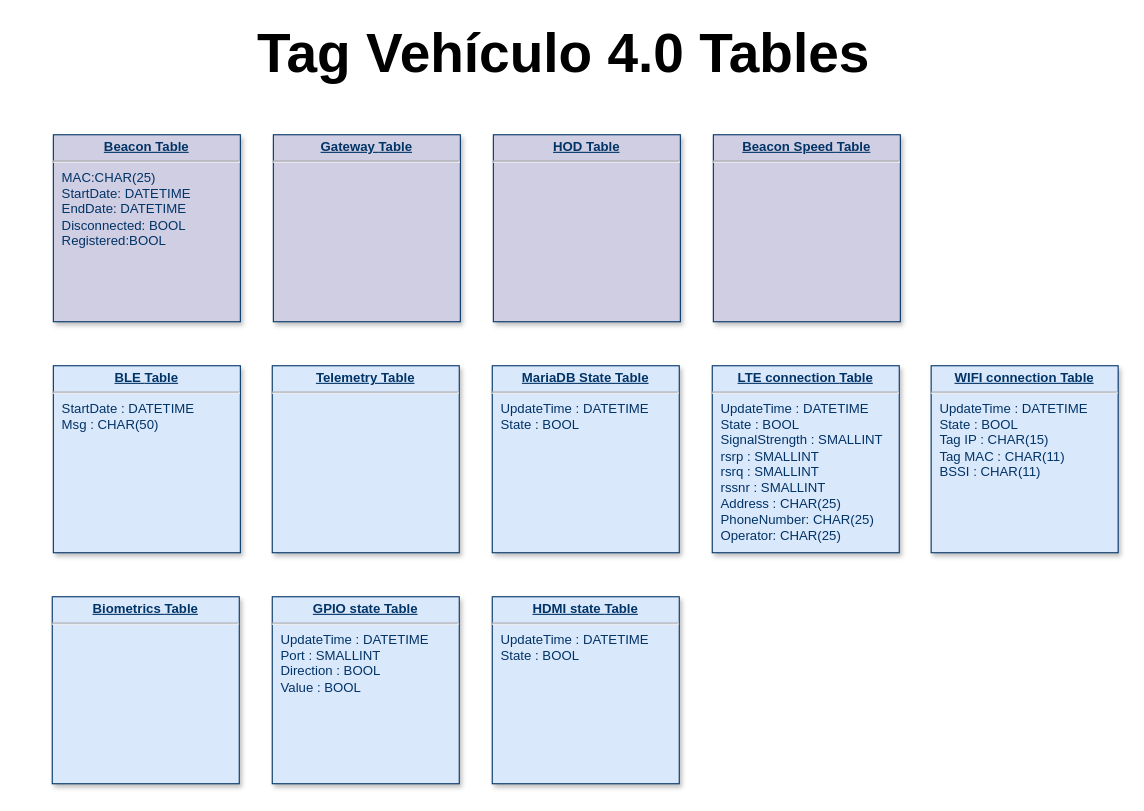
Above: Bases de datos de Tag Vehiculo 4_0.drawio in CesarRodriguez14/Tag_Vehiculo_4_0_Diagramas (draw.io), before the change. Source tidied: cells renumbered, new cells numbered last; positions are measured from the earlier drawing's top-left corner, leaving out a move shared by most shapes. Both pictures are drawn from the tidied source at 110%, with x=0, y=0 at pixel (19, 24).
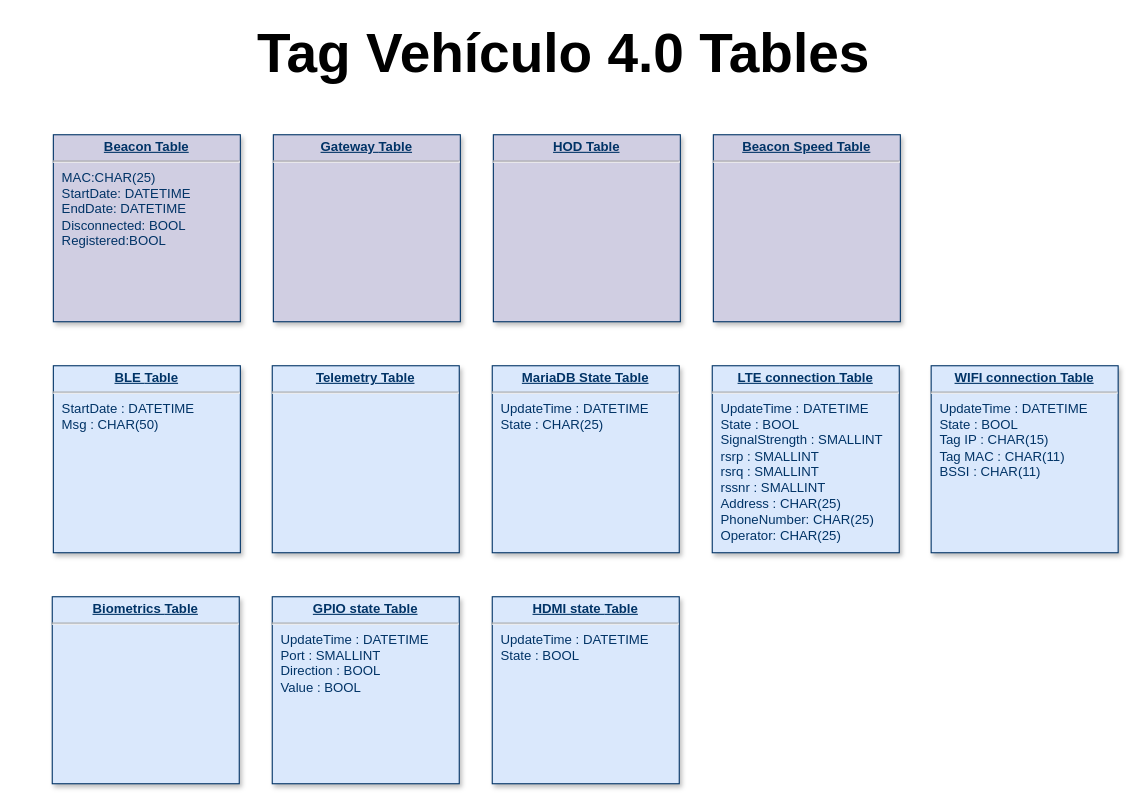
The same page after the edit.

Commit message:
Actualizar MariaDB_State_Table

Diff of the diagram source:
```diff
@@
 <mxGraphModel>
   <root>
     <mxCell id="0" />
     <mxCell id="1" parent="0" />
     <mxCell id="2" value="&lt;p style=&quot;margin: 0px; margin-top: 4px; text-align: center; text-decoration: underline;&quot;&gt;&lt;b&gt;BLE&amp;nbsp;&lt;/b&gt;&lt;b style=&quot;background-color: initial;&quot;&gt;Table&lt;/b&gt;&lt;/p&gt;&lt;hr&gt;&lt;p style=&quot;margin: 0px; margin-left: 8px;&quot;&gt;StartDate : DATETIME&lt;/p&gt;&lt;p style=&quot;margin: 0px; margin-left: 8px;&quot;&gt;Msg : CHAR(50)&lt;/p&gt;" style="verticalAlign=top;align=left;overflow=fill;fontSize=12;fontFamily=Helvetica;html=1;strokeColor=#003366;shadow=1;fillColor=#DAE8FC;fontColor=#003366;" parent="1" vertex="1">
       <mxGeometry x="31" y="310" width="170" height="170" as="geometry" />
     </mxCell>
     <mxCell id="3" value="&lt;p style=&quot;margin: 0px; margin-top: 4px; text-align: center; text-decoration: underline;&quot;&gt;&lt;b&gt;Beacon Table&lt;/b&gt;&lt;/p&gt;&lt;hr&gt;&lt;p style=&quot;margin: 0px; margin-left: 8px;&quot;&gt;MAC:CHAR(25)&lt;/p&gt;&lt;p style=&quot;margin: 0px; margin-left: 8px;&quot;&gt;StartDate: DATETIME&lt;/p&gt;&lt;p style=&quot;margin: 0px; margin-left: 8px;&quot;&gt;EndDate: DATETIME&lt;/p&gt;&lt;p style=&quot;margin: 0px; margin-left: 8px;&quot;&gt;Disconnected: BOOL&lt;/p&gt;&lt;p style=&quot;margin: 0px; margin-left: 8px;&quot;&gt;Registered:BOOL&lt;/p&gt;" style="verticalAlign=top;align=left;overflow=fill;fontSize=12;fontFamily=Helvetica;html=1;strokeColor=#003366;shadow=1;fillColor=#D0CEE2;fontColor=#003366;" parent="1" vertex="1">
       <mxGeometry x="31" y="100" width="170" height="170" as="geometry" />
     </mxCell>
     <mxCell id="4" value="&lt;p style=&quot;margin: 0px; margin-top: 4px; text-align: center; text-decoration: underline;&quot;&gt;&lt;b&gt;Gateway&amp;nbsp;&lt;/b&gt;&lt;b style=&quot;background-color: initial;&quot;&gt;Table&lt;/b&gt;&lt;/p&gt;&lt;hr&gt;&lt;p style=&quot;margin: 0px; margin-left: 8px;&quot;&gt;&lt;br&gt;&lt;/p&gt;" style="verticalAlign=top;align=left;overflow=fill;fontSize=12;fontFamily=Helvetica;html=1;strokeColor=#003366;shadow=1;fillColor=#D0CEE2;fontColor=#003366;" parent="1" vertex="1">
       <mxGeometry x="231" y="100" width="170" height="170" as="geometry" />
     </mxCell>
     <mxCell id="5" value="&lt;p style=&quot;margin: 0px; margin-top: 4px; text-align: center; text-decoration: underline;&quot;&gt;&lt;b&gt;HOD&amp;nbsp;&lt;/b&gt;&lt;b style=&quot;background-color: initial;&quot;&gt;Table&lt;/b&gt;&lt;/p&gt;&lt;hr&gt;&lt;p style=&quot;margin: 0px; margin-left: 8px;&quot;&gt;&lt;br&gt;&lt;/p&gt;" style="verticalAlign=top;align=left;overflow=fill;fontSize=12;fontFamily=Helvetica;html=1;strokeColor=#003366;shadow=1;fillColor=#D0CEE2;fontColor=#003366;" parent="1" vertex="1">
       <mxGeometry x="431" y="100" width="170" height="170" as="geometry" />
     </mxCell>
     <mxCell id="6" value="&lt;p style=&quot;margin: 0px; margin-top: 4px; text-align: center; text-decoration: underline;&quot;&gt;&lt;b&gt;Beacon Speed&amp;nbsp;&lt;/b&gt;&lt;b style=&quot;background-color: initial;&quot;&gt;Table&lt;/b&gt;&lt;/p&gt;&lt;hr&gt;&lt;p style=&quot;margin: 0px; margin-left: 8px;&quot;&gt;&lt;br&gt;&lt;/p&gt;" style="verticalAlign=top;align=left;overflow=fill;fontSize=12;fontFamily=Helvetica;html=1;strokeColor=#003366;shadow=1;fillColor=#D0CEE2;fontColor=#003366;" parent="1" vertex="1">
       <mxGeometry x="631" y="100" width="170" height="170" as="geometry" />
     </mxCell>
     <mxCell id="7" value="&lt;p style=&quot;margin: 0px; margin-top: 4px; text-align: center; text-decoration: underline;&quot;&gt;&lt;b&gt;GPIO state&amp;nbsp;&lt;/b&gt;&lt;b style=&quot;background-color: initial;&quot;&gt;Table&lt;/b&gt;&lt;/p&gt;&lt;hr&gt;&lt;p style=&quot;margin: 0px; margin-left: 8px;&quot;&gt;UpdateTime : DATETIME&lt;br&gt;&lt;/p&gt;&lt;p style=&quot;margin: 0px; margin-left: 8px;&quot;&gt;Port : SMALLINT&lt;/p&gt;&lt;p style=&quot;margin: 0px; margin-left: 8px;&quot;&gt;Direction : BOOL&lt;/p&gt;&lt;p style=&quot;margin: 0px; margin-left: 8px;&quot;&gt;Value : BOOL&lt;/p&gt;" style="verticalAlign=top;align=left;overflow=fill;fontSize=12;fontFamily=Helvetica;html=1;strokeColor=#003366;shadow=1;fillColor=#DAE8FC;fontColor=#003366;" parent="1" vertex="1">
       <mxGeometry x="230" y="520" width="170" height="170" as="geometry" />
     </mxCell>
     <mxCell id="8" value="&lt;p style=&quot;margin: 0px; margin-top: 4px; text-align: center; text-decoration: underline;&quot;&gt;&lt;b&gt;HDMI state&amp;nbsp;&lt;/b&gt;&lt;b style=&quot;background-color: initial;&quot;&gt;Table&lt;/b&gt;&lt;/p&gt;&lt;hr&gt;&lt;p style=&quot;margin: 0px 0px 0px 8px;&quot;&gt;UpdateTime : DATETIME&lt;/p&gt;&lt;p style=&quot;margin: 0px 0px 0px 8px;&quot;&gt;State : BOOL&lt;/p&gt;&lt;p style=&quot;margin: 0px 0px 0px 8px;&quot;&gt;&lt;br&gt;&lt;/p&gt;" style="verticalAlign=top;align=left;overflow=fill;fontSize=12;fontFamily=Helvetica;html=1;strokeColor=#003366;shadow=1;fillColor=#DAE8FC;fontColor=#003366;" parent="1" vertex="1">
       <mxGeometry x="430" y="520" width="170" height="170" as="geometry" />
     </mxCell>
     <mxCell id="9" value="&lt;p style=&quot;margin: 0px; margin-top: 4px; text-align: center; text-decoration: underline;&quot;&gt;&lt;b&gt;Telemetry&amp;nbsp;&lt;/b&gt;&lt;b style=&quot;background-color: initial;&quot;&gt;Table&lt;/b&gt;&lt;/p&gt;&lt;hr&gt;&lt;p style=&quot;margin: 0px; margin-left: 8px;&quot;&gt;&lt;br&gt;&lt;/p&gt;" style="verticalAlign=top;align=left;overflow=fill;fontSize=12;fontFamily=Helvetica;html=1;strokeColor=#003366;shadow=1;fillColor=#DAE8FC;fontColor=#003366;" parent="1" vertex="1">
       <mxGeometry x="230" y="310" width="170" height="170" as="geometry" />
     </mxCell>
     <mxCell id="10" value="&lt;p style=&quot;margin: 0px; margin-top: 4px; text-align: center; text-decoration: underline;&quot;&gt;&lt;b&gt;LTE connection&amp;nbsp;&lt;/b&gt;&lt;b style=&quot;background-color: initial;&quot;&gt;Table&lt;/b&gt;&lt;/p&gt;&lt;hr&gt;&lt;p style=&quot;margin: 0px; margin-left: 8px;&quot;&gt;UpdateTime : DATETIME&lt;br&gt;&lt;/p&gt;&lt;p style=&quot;margin: 0px; margin-left: 8px;&quot;&gt;State : BOOL&lt;/p&gt;&lt;p style=&quot;margin: 0px; margin-left: 8px;&quot;&gt;SignalStrength : SMALLINT&lt;/p&gt;&lt;p style=&quot;margin: 0px; margin-left: 8px;&quot;&gt;rsrp : SMALLINT&lt;/p&gt;&lt;p style=&quot;margin: 0px; margin-left: 8px;&quot;&gt;rsrq : SMALLINT&lt;/p&gt;&lt;p style=&quot;margin: 0px; margin-left: 8px;&quot;&gt;rssnr : SMALLINT&lt;/p&gt;&lt;p style=&quot;margin: 0px; margin-left: 8px;&quot;&gt;Address : CHAR(25)&amp;nbsp;&lt;/p&gt;&lt;p style=&quot;margin: 0px; margin-left: 8px;&quot;&gt;PhoneNumber: CHAR(25)&lt;/p&gt;&lt;p style=&quot;margin: 0px; margin-left: 8px;&quot;&gt;Operator: CHAR(25)&lt;/p&gt;" style="verticalAlign=top;align=left;overflow=fill;fontSize=12;fontFamily=Helvetica;html=1;strokeColor=#003366;shadow=1;fillColor=#DAE8FC;fontColor=#003366;" parent="1" vertex="1">
       <mxGeometry x="630" y="310" width="170" height="170" as="geometry" />
     </mxCell>
     <mxCell id="11" value="&lt;p style=&quot;margin: 0px; margin-top: 4px; text-align: center; text-decoration: underline;&quot;&gt;&lt;b&gt;Biometrics&amp;nbsp;&lt;/b&gt;&lt;b style=&quot;background-color: initial;&quot;&gt;Table&lt;/b&gt;&lt;/p&gt;&lt;hr&gt;&lt;p style=&quot;margin: 0px; margin-left: 8px;&quot;&gt;&lt;br&gt;&lt;/p&gt;" style="verticalAlign=top;align=left;overflow=fill;fontSize=12;fontFamily=Helvetica;html=1;strokeColor=#003366;shadow=1;fillColor=#DAE8FC;fontColor=#003366;" parent="1" vertex="1">
       <mxGeometry x="30" y="520" width="170" height="170" as="geometry" />
     </mxCell>
-    <mxCell id="12" value="&lt;p style=&quot;margin: 0px; margin-top: 4px; text-align: center; text-decoration: underline;&quot;&gt;&lt;b&gt;MariaDB State&amp;nbsp;&lt;/b&gt;&lt;b style=&quot;background-color: initial;&quot;&gt;Table&lt;/b&gt;&lt;/p&gt;&lt;hr&gt;&lt;p style=&quot;margin: 0px 0px 0px 8px;&quot;&gt;UpdateTime : DATETIME&lt;/p&gt;&lt;p style=&quot;margin: 0px 0px 0px 8px;&quot;&gt;State : BOOL&lt;/p&gt;&lt;p style=&quot;margin: 0px 0px 0px 8px;&quot;&gt;&lt;br&gt;&lt;/p&gt;" style="verticalAlign=top;align=left;overflow=fill;fontSize=12;fontFamily=Helvetica;html=1;strokeColor=#003366;shadow=1;fillColor=#DAE8FC;fontColor=#003366;" parent="1" vertex="1">
+    <mxCell id="12" value="&lt;p style=&quot;margin: 0px; margin-top: 4px; text-align: center; text-decoration: underline;&quot;&gt;&lt;b&gt;MariaDB State&amp;nbsp;&lt;/b&gt;&lt;b style=&quot;background-color: initial;&quot;&gt;Table&lt;/b&gt;&lt;/p&gt;&lt;hr&gt;&lt;p style=&quot;margin: 0px 0px 0px 8px;&quot;&gt;UpdateTime : DATETIME&lt;/p&gt;&lt;p style=&quot;margin: 0px 0px 0px 8px;&quot;&gt;State : CHAR(25)&lt;/p&gt;&lt;p style=&quot;margin: 0px 0px 0px 8px;&quot;&gt;&lt;br&gt;&lt;/p&gt;" style="verticalAlign=top;align=left;overflow=fill;fontSize=12;fontFamily=Helvetica;html=1;strokeColor=#003366;shadow=1;fillColor=#DAE8FC;fontColor=#003366;" parent="1" vertex="1">
       <mxGeometry x="430" y="310" width="170" height="170" as="geometry" />
     </mxCell>
     <mxCell id="13" value="&lt;p style=&quot;margin: 0px; margin-top: 4px; text-align: center; text-decoration: underline;&quot;&gt;&lt;b&gt;WIFI connection&amp;nbsp;&lt;/b&gt;&lt;b style=&quot;background-color: initial;&quot;&gt;Table&lt;/b&gt;&lt;/p&gt;&lt;hr&gt;&lt;p style=&quot;margin: 0px; margin-left: 8px;&quot;&gt;UpdateTime : DATETIME&lt;/p&gt;&lt;p style=&quot;margin: 0px; margin-left: 8px;&quot;&gt;State : BOOL&lt;/p&gt;&lt;p style=&quot;margin: 0px; margin-left: 8px;&quot;&gt;Tag IP :&amp;nbsp;&lt;span style=&quot;background-color: initial;&quot;&gt;CHAR(15)&lt;/span&gt;&lt;/p&gt;&lt;p style=&quot;margin: 0px; margin-left: 8px;&quot;&gt;Tag MAC : CHAR(11)&lt;/p&gt;&lt;p style=&quot;margin: 0px; margin-left: 8px;&quot;&gt;BSSI : CHAR(11)&lt;/p&gt;&lt;p style=&quot;margin: 0px; margin-left: 8px;&quot;&gt;&lt;br&gt;&lt;/p&gt;" style="verticalAlign=top;align=left;overflow=fill;fontSize=12;fontFamily=Helvetica;html=1;strokeColor=#003366;shadow=1;fillColor=#DAE8FC;fontColor=#003366;" parent="1" vertex="1">
       <mxGeometry x="829" y="310" width="170" height="170" as="geometry" />
     </mxCell>
     <mxCell id="14" value="Tag Vehículo 4.0 Tables" style="text;html=1;align=center;verticalAlign=middle;whiteSpace=wrap;rounded=0;fontSize=50;fontStyle=1;" parent="1" vertex="1">
       <mxGeometry width="990" height="50" as="geometry" />
     </mxCell>
   </root>
 </mxGraphModel>
```
